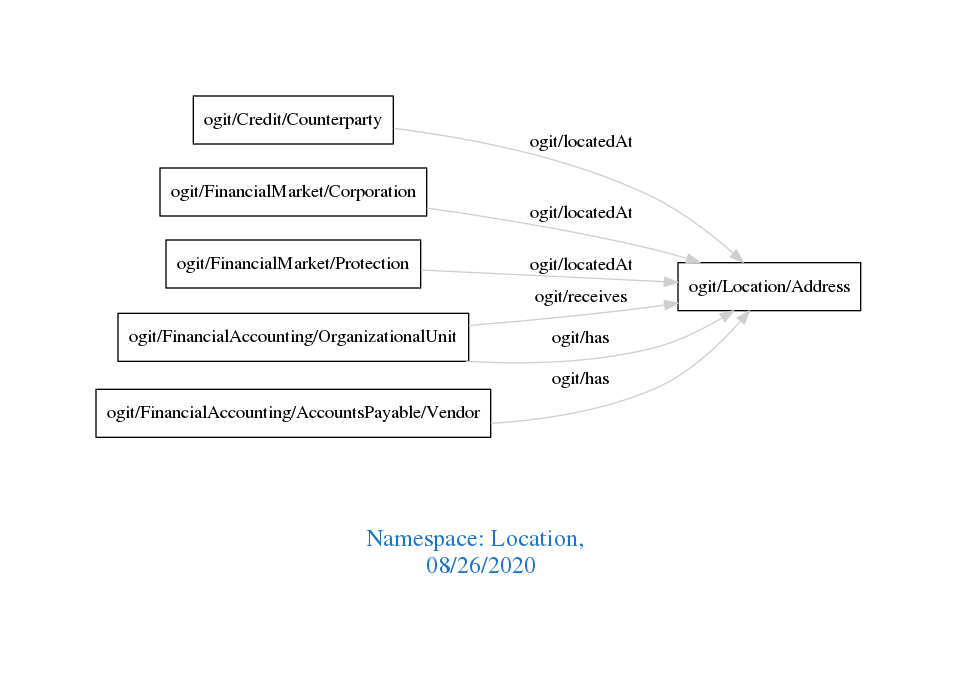
Before: downloads/Location.png, a diagram exported from Graphviz (arago/OGIT). Its source is kept beside it as downloads/Location.dot. Its diagram source:
```dot
digraph OGIT_ontology {
 graph [ rankdir= LR,pad=1
fontsize = 18,
fontcolor= dodgerblue3,label = "\n\n\nNamespace: Location, \n 08/26/2020"];
node[shape=polygon];
edge [  color="gray81"];

   "ogit/Credit/Counterparty" -> "ogit/Location/Address" [label="   ogit/locatedAt    "];
   "ogit/FinancialMarket/Corporation" -> "ogit/Location/Address" [label="   ogit/locatedAt    "];
   "ogit/FinancialMarket/Protection" -> "ogit/Location/Address" [label="   ogit/locatedAt    "];
   "ogit/FinancialAccounting/OrganizationalUnit" -> "ogit/Location/Address" [label="   ogit/receives    "];
   "ogit/FinancialAccounting/AccountsPayable/Vendor" -> "ogit/Location/Address" [label="   ogit/has    "];
   "ogit/FinancialAccounting/OrganizationalUnit" -> "ogit/Location/Address" [label="   ogit/has    "];
}
```
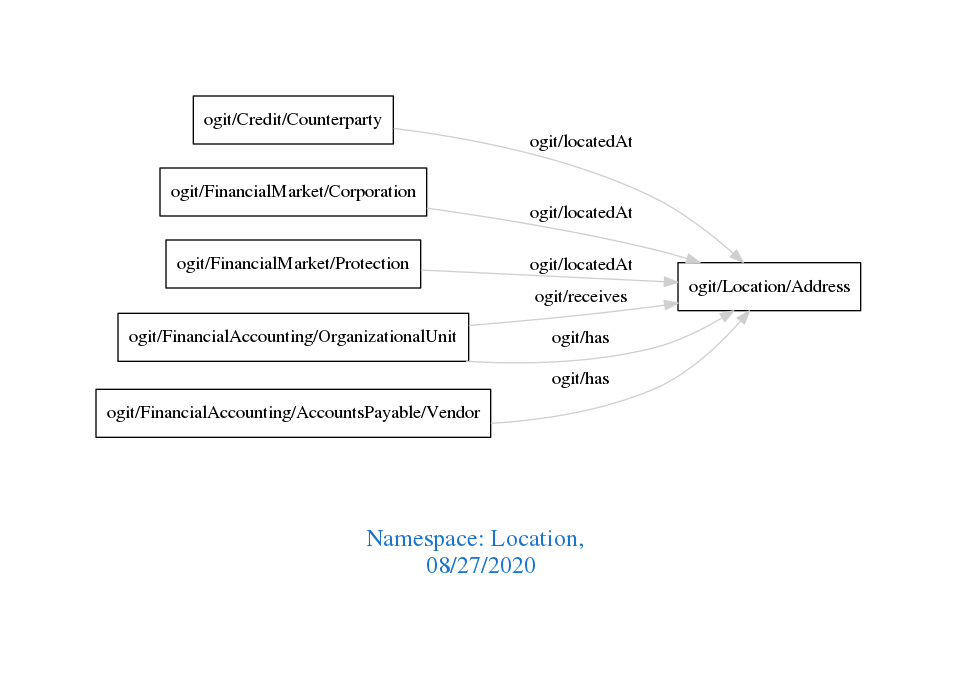
The same file after the commit.

Change to the diagram source:
```diff
@@ -1,7 +1,7 @@
 digraph OGIT_ontology {
  graph [ rankdir= LR,pad=1
 fontsize = 18,
-fontcolor= dodgerblue3,label = "\n\n\nNamespace: Location, \n 08/26/2020"];
+fontcolor= dodgerblue3,label = "\n\n\nNamespace: Location, \n 08/27/2020"];
 node[shape=polygon];
 edge [  color="gray81"];
 
```
